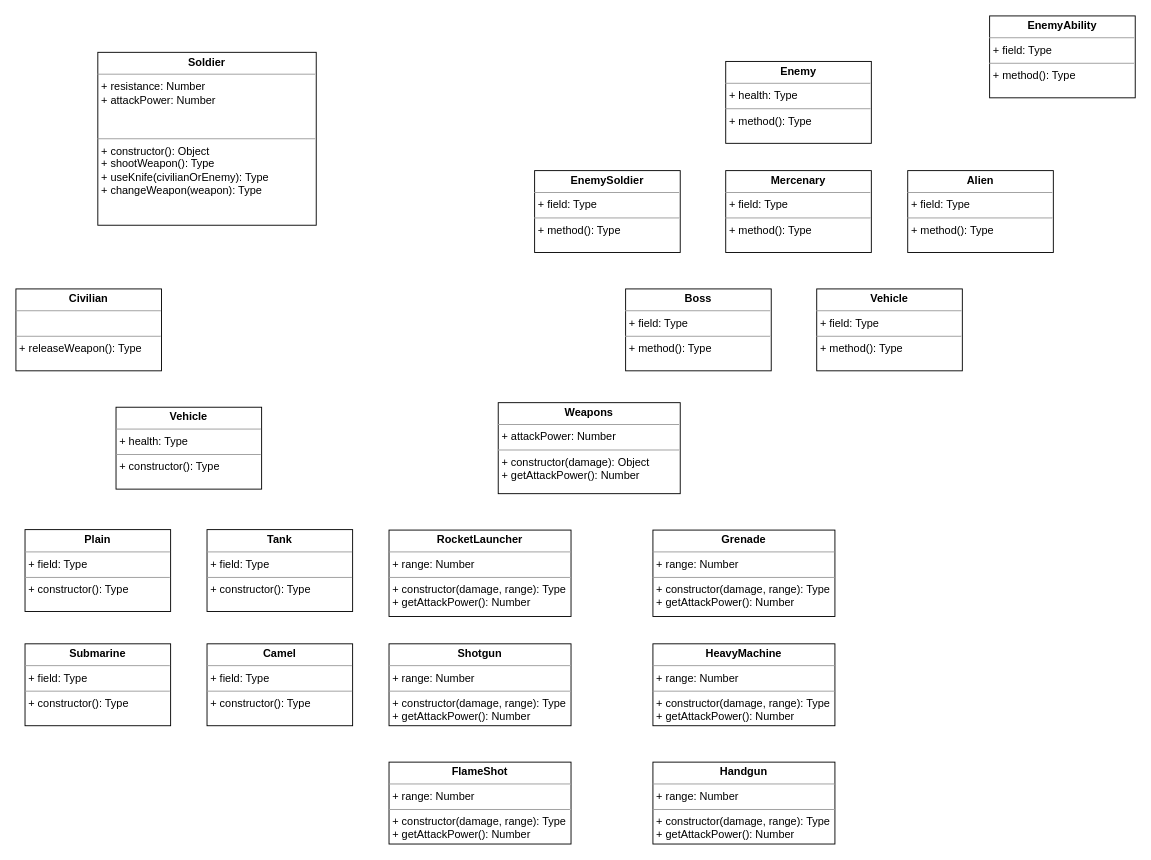
Before: katas/metal-slug/samuel/DiagramClass.drawio in fjcoding/AT-BC-LAT-01, a draw.io diagram. Source tidied: cells renumbered, new cells numbered last; positions are measured from the earlier drawing's top-left corner, leaving out a move shared by most shapes. Both pictures are drawn from the tidied source at 91%, with x=0, y=0 at pixel (15, 15).
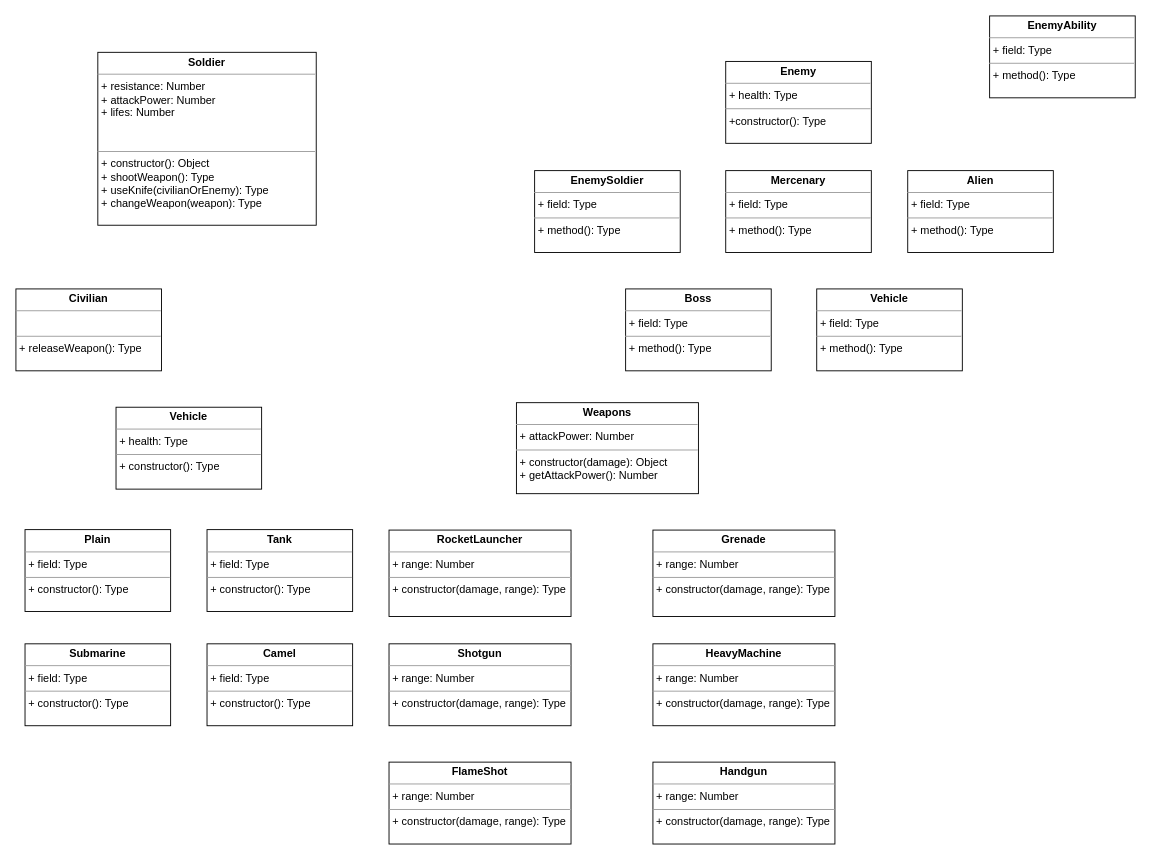
After the change.

Commit message (it also covers changes not shown here):
Added new attribute to Soldier and created Weapons

Change to the diagram source:
```diff
@@
-    <mxCell id="2" value="&lt;p style=&quot;margin: 0px ; margin-top: 4px ; text-align: center&quot;&gt;&lt;b&gt;Soldier&lt;/b&gt;&lt;/p&gt;&lt;hr size=&quot;1&quot;&gt;&lt;p style=&quot;margin: 0px ; margin-left: 4px&quot;&gt;&lt;span&gt;+ resistance: Number&lt;/span&gt;&lt;br&gt;&lt;/p&gt;&lt;p style=&quot;margin: 0px 0px 0px 4px&quot;&gt;+ attackPower: Number&lt;/p&gt;&lt;br&gt;&lt;p style=&quot;margin: 0px ; margin-left: 4px&quot;&gt;&amp;nbsp;&lt;/p&gt;&lt;hr size=&quot;1&quot;&gt;&lt;p style=&quot;margin: 0px 0px 0px 4px&quot;&gt;+ constructor(): Object&lt;/p&gt;&lt;p style=&quot;margin: 0px ; margin-left: 4px&quot;&gt;+ shootWeapon(): Type&lt;/p&gt;&lt;p style=&quot;margin: 0px 0px 0px 4px&quot;&gt;+ useKnife(civilianOrEnemy): Type&lt;/p&gt;&lt;p style=&quot;margin: 0px 0px 0px 4px&quot;&gt;+ changeWeapon(weapon): Type&lt;/p&gt;&lt;p style=&quot;margin: 0px 0px 0px 4px&quot;&gt;&lt;br&gt;&lt;/p&gt;" style="verticalAlign=top;align=left;overflow=fill;fontSize=12;fontFamily=Helvetica;html=1;" parent="1" vertex="1">
+    <mxCell id="2" value="&lt;p style=&quot;margin: 0px ; margin-top: 4px ; text-align: center&quot;&gt;&lt;b&gt;Soldier&lt;/b&gt;&lt;/p&gt;&lt;hr size=&quot;1&quot;&gt;&lt;p style=&quot;margin: 0px ; margin-left: 4px&quot;&gt;&lt;span&gt;+ resistance: Number&lt;/span&gt;&lt;br&gt;&lt;/p&gt;&lt;p style=&quot;margin: 0px 0px 0px 4px&quot;&gt;+ attackPower: Number&lt;/p&gt;&lt;p style=&quot;margin: 0px 0px 0px 4px&quot;&gt;+ lifes: Number&lt;br&gt;&lt;/p&gt;&lt;br&gt;&lt;p style=&quot;margin: 0px ; margin-left: 4px&quot;&gt;&amp;nbsp;&lt;/p&gt;&lt;hr size=&quot;1&quot;&gt;&lt;p style=&quot;margin: 0px 0px 0px 4px&quot;&gt;+ constructor(): Object&lt;/p&gt;&lt;p style=&quot;margin: 0px ; margin-left: 4px&quot;&gt;+ shootWeapon(): Type&lt;/p&gt;&lt;p style=&quot;margin: 0px 0px 0px 4px&quot;&gt;+ useKnife(civilianOrEnemy): Type&lt;/p&gt;&lt;p style=&quot;margin: 0px 0px 0px 4px&quot;&gt;+ changeWeapon(weapon): Type&lt;/p&gt;&lt;p style=&quot;margin: 0px 0px 0px 4px&quot;&gt;&lt;br&gt;&lt;/p&gt;" style="verticalAlign=top;align=left;overflow=fill;fontSize=12;fontFamily=Helvetica;html=1;" parent="1" vertex="1">
       <mxGeometry x="90" y="40" width="240" height="190" as="geometry" />
     </mxCell>
-    <mxCell id="3" value="&lt;p style=&quot;margin: 0px ; margin-top: 4px ; text-align: center&quot;&gt;&lt;b&gt;Enemy&lt;/b&gt;&lt;/p&gt;&lt;hr size=&quot;1&quot;&gt;&lt;p style=&quot;margin: 0px ; margin-left: 4px&quot;&gt;+ health: Type&lt;br&gt;&lt;/p&gt;&lt;hr size=&quot;1&quot;&gt;&lt;p style=&quot;margin: 0px ; margin-left: 4px&quot;&gt;+ method(): Type&lt;/p&gt;" style="verticalAlign=top;align=left;overflow=fill;fontSize=12;fontFamily=Helvetica;html=1;" parent="1" vertex="1">
+    <mxCell id="3" value="&lt;p style=&quot;margin: 0px ; margin-top: 4px ; text-align: center&quot;&gt;&lt;b&gt;Enemy&lt;/b&gt;&lt;/p&gt;&lt;hr size=&quot;1&quot;&gt;&lt;p style=&quot;margin: 0px ; margin-left: 4px&quot;&gt;+ health: Type&lt;br&gt;&lt;/p&gt;&lt;hr size=&quot;1&quot;&gt;&lt;p style=&quot;margin: 0px ; margin-left: 4px&quot;&gt;+constructor(): Type&lt;/p&gt;" style="verticalAlign=top;align=left;overflow=fill;fontSize=12;fontFamily=Helvetica;html=1;" parent="1" vertex="1">
       <mxGeometry x="780" y="50" width="160" height="90" as="geometry" />
     </mxCell>
@@
     <mxCell id="6" value="&lt;p style=&quot;margin: 0px ; margin-top: 4px ; text-align: center&quot;&gt;&lt;b&gt;Weapons&lt;/b&gt;&lt;/p&gt;&lt;hr size=&quot;1&quot;&gt;&lt;p style=&quot;margin: 0px ; margin-left: 4px&quot;&gt;+ attackPower: Number&lt;/p&gt;&lt;hr size=&quot;1&quot;&gt;&lt;p style=&quot;margin: 0px ; margin-left: 4px&quot;&gt;+ constructor(damage): Object&lt;/p&gt;&lt;p style=&quot;margin: 0px ; margin-left: 4px&quot;&gt;+ getAttackPower(): Number&lt;br&gt;&lt;/p&gt;" style="verticalAlign=top;align=left;overflow=fill;fontSize=12;fontFamily=Helvetica;html=1;" parent="1" vertex="1">
-      <mxGeometry x="530" y="425" width="200" height="100" as="geometry" />
+      <mxGeometry x="550" y="425" width="200" height="100" as="geometry" />
     </mxCell>
@@
-    <mxCell id="11" value="&lt;p style=&quot;margin: 0px ; margin-top: 4px ; text-align: center&quot;&gt;&lt;b&gt;Grenade&lt;/b&gt;&lt;/p&gt;&lt;hr size=&quot;1&quot;&gt;&lt;p style=&quot;margin: 0px ; margin-left: 4px&quot;&gt;+ range: Number&lt;/p&gt;&lt;hr size=&quot;1&quot;&gt;&lt;p style=&quot;margin: 0px ; margin-left: 4px&quot;&gt;+ constructor(damage, range): Type&lt;br&gt;&lt;/p&gt;&lt;p style=&quot;margin: 0px ; margin-left: 4px&quot;&gt;+ getAttackPower(): Number&lt;br&gt;&lt;/p&gt;" style="verticalAlign=top;align=left;overflow=fill;fontSize=12;fontFamily=Helvetica;html=1;" parent="1" vertex="1">
+    <mxCell id="11" value="&lt;p style=&quot;margin: 0px ; margin-top: 4px ; text-align: center&quot;&gt;&lt;b&gt;Grenade&lt;/b&gt;&lt;/p&gt;&lt;hr size=&quot;1&quot;&gt;&lt;p style=&quot;margin: 0px ; margin-left: 4px&quot;&gt;+ range: Number&lt;/p&gt;&lt;hr size=&quot;1&quot;&gt;&lt;p style=&quot;margin: 0px ; margin-left: 4px&quot;&gt;+ constructor(damage, range): Type&lt;br&gt;&lt;/p&gt;&lt;p style=&quot;margin: 0px ; margin-left: 4px&quot;&gt;&lt;br&gt;&lt;/p&gt;" style="verticalAlign=top;align=left;overflow=fill;fontSize=12;fontFamily=Helvetica;html=1;" parent="1" vertex="1">
       <mxGeometry x="700" y="565" width="200" height="95" as="geometry" />
     </mxCell>
-    <mxCell id="12" value="&lt;p style=&quot;margin: 0px ; margin-top: 4px ; text-align: center&quot;&gt;&lt;b&gt;Shotgun&lt;/b&gt;&lt;/p&gt;&lt;hr size=&quot;1&quot;&gt;&lt;p style=&quot;margin: 0px ; margin-left: 4px&quot;&gt;+ range: Number&lt;/p&gt;&lt;hr size=&quot;1&quot;&gt;&lt;p style=&quot;margin: 0px ; margin-left: 4px&quot;&gt;+ constructor(damage, range): Type&lt;br&gt;&lt;/p&gt;&lt;p style=&quot;margin: 0px ; margin-left: 4px&quot;&gt;+ getAttackPower(): Number&lt;br&gt;&lt;/p&gt;" style="verticalAlign=top;align=left;overflow=fill;fontSize=12;fontFamily=Helvetica;html=1;" parent="1" vertex="1">
+    <mxCell id="12" value="&lt;p style=&quot;margin: 0px ; margin-top: 4px ; text-align: center&quot;&gt;&lt;b&gt;Shotgun&lt;/b&gt;&lt;/p&gt;&lt;hr size=&quot;1&quot;&gt;&lt;p style=&quot;margin: 0px ; margin-left: 4px&quot;&gt;+ range: Number&lt;/p&gt;&lt;hr size=&quot;1&quot;&gt;&lt;p style=&quot;margin: 0px ; margin-left: 4px&quot;&gt;+ constructor(damage, range): Type&lt;br&gt;&lt;/p&gt;&lt;p style=&quot;margin: 0px ; margin-left: 4px&quot;&gt;&lt;br&gt;&lt;/p&gt;" style="verticalAlign=top;align=left;overflow=fill;fontSize=12;fontFamily=Helvetica;html=1;" parent="1" vertex="1">
       <mxGeometry x="410" y="690" width="200" height="90" as="geometry" />
     </mxCell>
-    <mxCell id="13" value="&lt;p style=&quot;margin: 0px ; margin-top: 4px ; text-align: center&quot;&gt;&lt;b&gt;HeavyMachine&lt;/b&gt;&lt;/p&gt;&lt;hr size=&quot;1&quot;&gt;&lt;p style=&quot;margin: 0px ; margin-left: 4px&quot;&gt;+ range: Number&lt;/p&gt;&lt;hr size=&quot;1&quot;&gt;&lt;p style=&quot;margin: 0px ; margin-left: 4px&quot;&gt;+ constructor(damage, range): Type&lt;br&gt;&lt;/p&gt;&lt;p style=&quot;margin: 0px ; margin-left: 4px&quot;&gt;+ getAttackPower(): Number&lt;br&gt;&lt;/p&gt;" style="verticalAlign=top;align=left;overflow=fill;fontSize=12;fontFamily=Helvetica;html=1;" parent="1" vertex="1">
+    <mxCell id="13" value="&lt;p style=&quot;margin: 0px ; margin-top: 4px ; text-align: center&quot;&gt;&lt;b&gt;HeavyMachine&lt;/b&gt;&lt;/p&gt;&lt;hr size=&quot;1&quot;&gt;&lt;p style=&quot;margin: 0px ; margin-left: 4px&quot;&gt;+ range: Number&lt;/p&gt;&lt;hr size=&quot;1&quot;&gt;&lt;p style=&quot;margin: 0px ; margin-left: 4px&quot;&gt;+ constructor(damage, range): Type&lt;br&gt;&lt;/p&gt;&lt;p style=&quot;margin: 0px ; margin-left: 4px&quot;&gt;&lt;br&gt;&lt;/p&gt;" style="verticalAlign=top;align=left;overflow=fill;fontSize=12;fontFamily=Helvetica;html=1;" parent="1" vertex="1">
       <mxGeometry x="700" y="690" width="200" height="90" as="geometry" />
     </mxCell>
-    <mxCell id="14" value="&lt;p style=&quot;margin: 0px ; margin-top: 4px ; text-align: center&quot;&gt;&lt;b&gt;RocketLauncher&lt;/b&gt;&lt;/p&gt;&lt;hr size=&quot;1&quot;&gt;&lt;p style=&quot;margin: 0px ; margin-left: 4px&quot;&gt;+ range: Number&lt;/p&gt;&lt;hr size=&quot;1&quot;&gt;&lt;p style=&quot;margin: 0px ; margin-left: 4px&quot;&gt;+ constructor(damage, range): Type&lt;/p&gt;&lt;p style=&quot;margin: 0px ; margin-left: 4px&quot;&gt;+ getAttackPower(): Number&lt;br&gt;&lt;/p&gt;&lt;div&gt;&lt;br&gt;&lt;/div&gt;" style="verticalAlign=top;align=left;overflow=fill;fontSize=12;fontFamily=Helvetica;html=1;" parent="1" vertex="1">
+    <mxCell id="14" value="&lt;p style=&quot;margin: 0px ; margin-top: 4px ; text-align: center&quot;&gt;&lt;b&gt;RocketLauncher&lt;/b&gt;&lt;/p&gt;&lt;hr size=&quot;1&quot;&gt;&lt;p style=&quot;margin: 0px ; margin-left: 4px&quot;&gt;+ range: Number&lt;/p&gt;&lt;hr size=&quot;1&quot;&gt;&lt;p style=&quot;margin: 0px ; margin-left: 4px&quot;&gt;+ constructor(damage, range): Type&lt;/p&gt;&lt;p style=&quot;margin: 0px ; margin-left: 4px&quot;&gt;&lt;br&gt;&lt;/p&gt;" style="verticalAlign=top;align=left;overflow=fill;fontSize=12;fontFamily=Helvetica;html=1;" parent="1" vertex="1">
       <mxGeometry x="410" y="565" width="200" height="95" as="geometry" />
     </mxCell>
-    <mxCell id="15" value="&lt;p style=&quot;margin: 0px ; margin-top: 4px ; text-align: center&quot;&gt;&lt;b&gt;FlameShot&lt;/b&gt;&lt;/p&gt;&lt;hr size=&quot;1&quot;&gt;&lt;p style=&quot;margin: 0px ; margin-left: 4px&quot;&gt;+ range: Number&lt;/p&gt;&lt;hr size=&quot;1&quot;&gt;&lt;p style=&quot;margin: 0px ; margin-left: 4px&quot;&gt;+ constructor(damage, range): Type&lt;br&gt;&lt;/p&gt;&lt;p style=&quot;margin: 0px ; margin-left: 4px&quot;&gt;+ getAttackPower(): Number&lt;br&gt;&lt;/p&gt;" style="verticalAlign=top;align=left;overflow=fill;fontSize=12;fontFamily=Helvetica;html=1;" parent="1" vertex="1">
+    <mxCell id="15" value="&lt;p style=&quot;margin: 0px ; margin-top: 4px ; text-align: center&quot;&gt;&lt;b&gt;FlameShot&lt;/b&gt;&lt;/p&gt;&lt;hr size=&quot;1&quot;&gt;&lt;p style=&quot;margin: 0px ; margin-left: 4px&quot;&gt;+ range: Number&lt;/p&gt;&lt;hr size=&quot;1&quot;&gt;&lt;p style=&quot;margin: 0px ; margin-left: 4px&quot;&gt;+ constructor(damage, range): Type&lt;br&gt;&lt;/p&gt;&lt;p style=&quot;margin: 0px ; margin-left: 4px&quot;&gt;&lt;br&gt;&lt;/p&gt;" style="verticalAlign=top;align=left;overflow=fill;fontSize=12;fontFamily=Helvetica;html=1;" parent="1" vertex="1">
       <mxGeometry x="410" y="820" width="200" height="90" as="geometry" />
     </mxCell>
-    <mxCell id="16" value="&lt;p style=&quot;margin: 0px ; margin-top: 4px ; text-align: center&quot;&gt;&lt;b&gt;Handgun&lt;/b&gt;&lt;/p&gt;&lt;hr size=&quot;1&quot;&gt;&lt;p style=&quot;margin: 0px ; margin-left: 4px&quot;&gt;+ range: Number&lt;/p&gt;&lt;hr size=&quot;1&quot;&gt;&lt;p style=&quot;margin: 0px ; margin-left: 4px&quot;&gt;+ constructor(damage, range): Type&lt;br&gt;&lt;/p&gt;&lt;p style=&quot;margin: 0px ; margin-left: 4px&quot;&gt;+ getAttackPower(): Number&lt;br&gt;&lt;/p&gt;" style="verticalAlign=top;align=left;overflow=fill;fontSize=12;fontFamily=Helvetica;html=1;" parent="1" vertex="1">
+    <mxCell id="16" value="&lt;p style=&quot;margin: 0px ; margin-top: 4px ; text-align: center&quot;&gt;&lt;b&gt;Handgun&lt;/b&gt;&lt;/p&gt;&lt;hr size=&quot;1&quot;&gt;&lt;p style=&quot;margin: 0px ; margin-left: 4px&quot;&gt;+ range: Number&lt;/p&gt;&lt;hr size=&quot;1&quot;&gt;&lt;p style=&quot;margin: 0px ; margin-left: 4px&quot;&gt;+ constructor(damage, range): Type&lt;br&gt;&lt;/p&gt;&lt;p style=&quot;margin: 0px ; margin-left: 4px&quot;&gt;&lt;br&gt;&lt;/p&gt;" style="verticalAlign=top;align=left;overflow=fill;fontSize=12;fontFamily=Helvetica;html=1;" parent="1" vertex="1">
       <mxGeometry x="700" y="820" width="200" height="90" as="geometry" />
     </mxCell>
```
